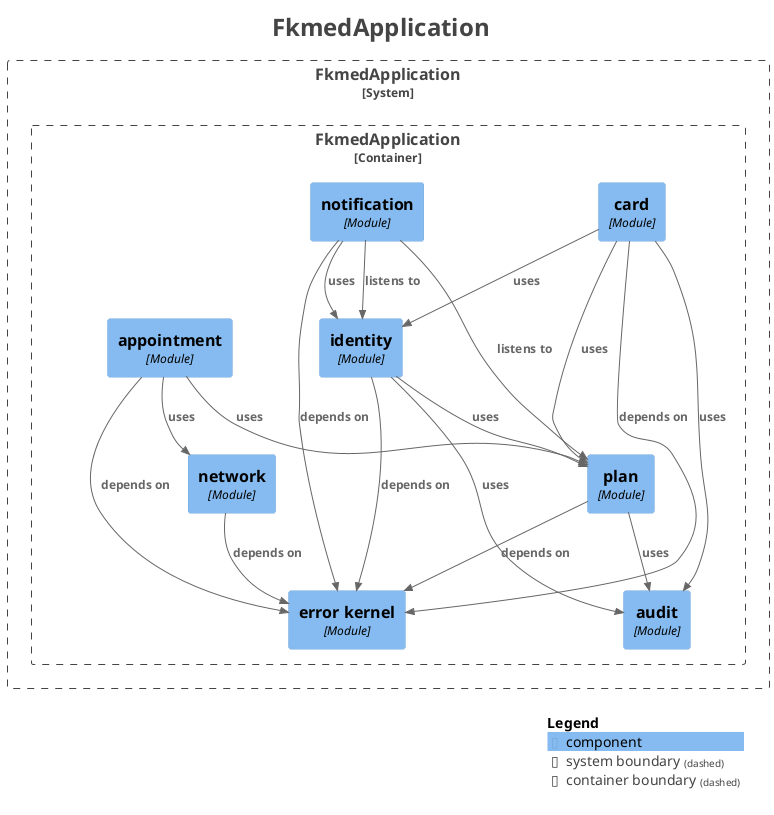
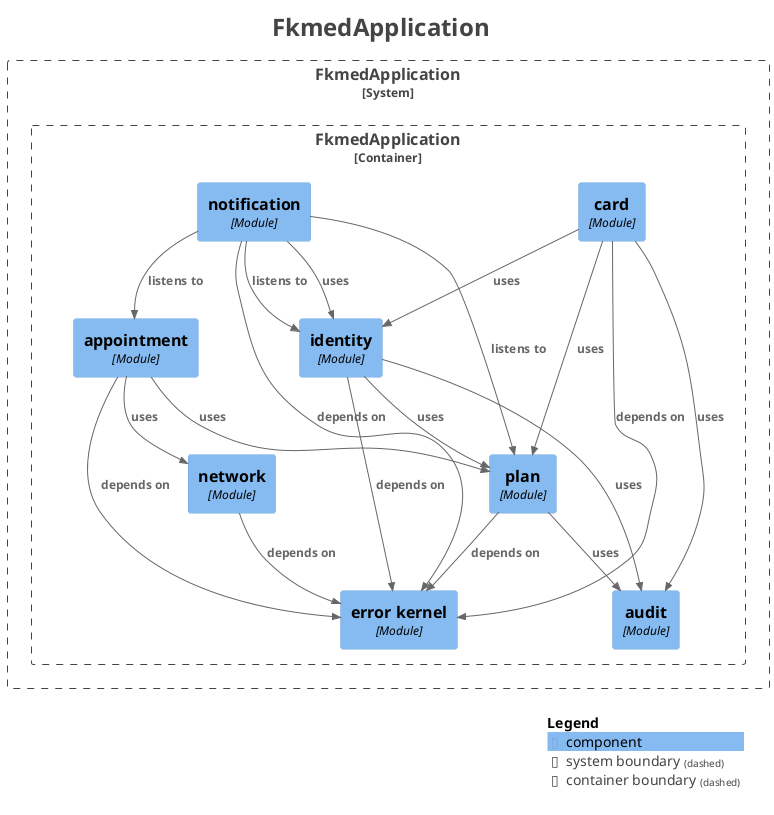
@startuml
title <size:24>FkmedApplication</size>

set separator none
top to bottom direction

<style>
  root {
    BackgroundColor: #ffffff
    FontColor: #444444
  }
</style>

!include <C4/C4>
!include <C4/C4_Context>
!include <C4/C4_Component>

System_Boundary("FkmedApplication_boundary", "FkmedApplication", $tags="") {
  Container_Boundary("FkmedApplication.FkmedApplication_boundary", "FkmedApplication", $tags="") {
    Component(FkmedApplication.FkmedApplication.card, "card", $techn="Module", $descr="", $tags="", $link="")
    Component(FkmedApplication.FkmedApplication.notification, "notification", $techn="Module", $descr="", $tags="", $link="")
    Component(FkmedApplication.FkmedApplication.audit, "audit", $techn="Module", $descr="", $tags="", $link="")
    Component(FkmedApplication.FkmedApplication.errorkernel, "error kernel", $techn="Module", $descr="", $tags="", $link="")
    Component(FkmedApplication.FkmedApplication.network, "network", $techn="Module", $descr="", $tags="", $link="")
    Component(FkmedApplication.FkmedApplication.plan, "plan", $techn="Module", $descr="", $tags="", $link="")
    Component(FkmedApplication.FkmedApplication.appointment, "appointment", $techn="Module", $descr="", $tags="", $link="")
    Component(FkmedApplication.FkmedApplication.identity, "identity", $techn="Module", $descr="", $tags="", $link="")
  }

}

Rel(FkmedApplication.FkmedApplication.appointment, FkmedApplication.FkmedApplication.errorkernel, "depends on", $techn="", $tags="", $link="")
Rel(FkmedApplication.FkmedApplication.appointment, FkmedApplication.FkmedApplication.network, "uses", $techn="", $tags="", $link="")
Rel(FkmedApplication.FkmedApplication.appointment, FkmedApplication.FkmedApplication.plan, "uses", $techn="", $tags="", $link="")
Rel(FkmedApplication.FkmedApplication.card, FkmedApplication.FkmedApplication.audit, "uses", $techn="", $tags="", $link="")
Rel(FkmedApplication.FkmedApplication.card, FkmedApplication.FkmedApplication.errorkernel, "depends on", $techn="", $tags="", $link="")
Rel(FkmedApplication.FkmedApplication.card, FkmedApplication.FkmedApplication.identity, "uses", $techn="", $tags="", $link="")
Rel(FkmedApplication.FkmedApplication.card, FkmedApplication.FkmedApplication.plan, "uses", $techn="", $tags="", $link="")
Rel(FkmedApplication.FkmedApplication.identity, FkmedApplication.FkmedApplication.audit, "uses", $techn="", $tags="", $link="")
Rel(FkmedApplication.FkmedApplication.identity, FkmedApplication.FkmedApplication.errorkernel, "depends on", $techn="", $tags="", $link="")
Rel(FkmedApplication.FkmedApplication.identity, FkmedApplication.FkmedApplication.plan, "uses", $techn="", $tags="", $link="")
Rel(FkmedApplication.FkmedApplication.network, FkmedApplication.FkmedApplication.errorkernel, "depends on", $techn="", $tags="", $link="")
+ Rel(FkmedApplication.FkmedApplication.notification, FkmedApplication.FkmedApplication.appointment, "listens to", $techn="", $tags="", $link="")
Rel(FkmedApplication.FkmedApplication.notification, FkmedApplication.FkmedApplication.errorkernel, "depends on", $techn="", $tags="", $link="")
Rel(FkmedApplication.FkmedApplication.notification, FkmedApplication.FkmedApplication.identity, "listens to", $techn="", $tags="", $link="")
Rel(FkmedApplication.FkmedApplication.notification, FkmedApplication.FkmedApplication.identity, "uses", $techn="", $tags="", $link="")
Rel(FkmedApplication.FkmedApplication.notification, FkmedApplication.FkmedApplication.plan, "listens to", $techn="", $tags="", $link="")
Rel(FkmedApplication.FkmedApplication.plan, FkmedApplication.FkmedApplication.audit, "uses", $techn="", $tags="", $link="")
Rel(FkmedApplication.FkmedApplication.plan, FkmedApplication.FkmedApplication.errorkernel, "depends on", $techn="", $tags="", $link="")

SHOW_LEGEND(true)
hide stereotypes
@enduml